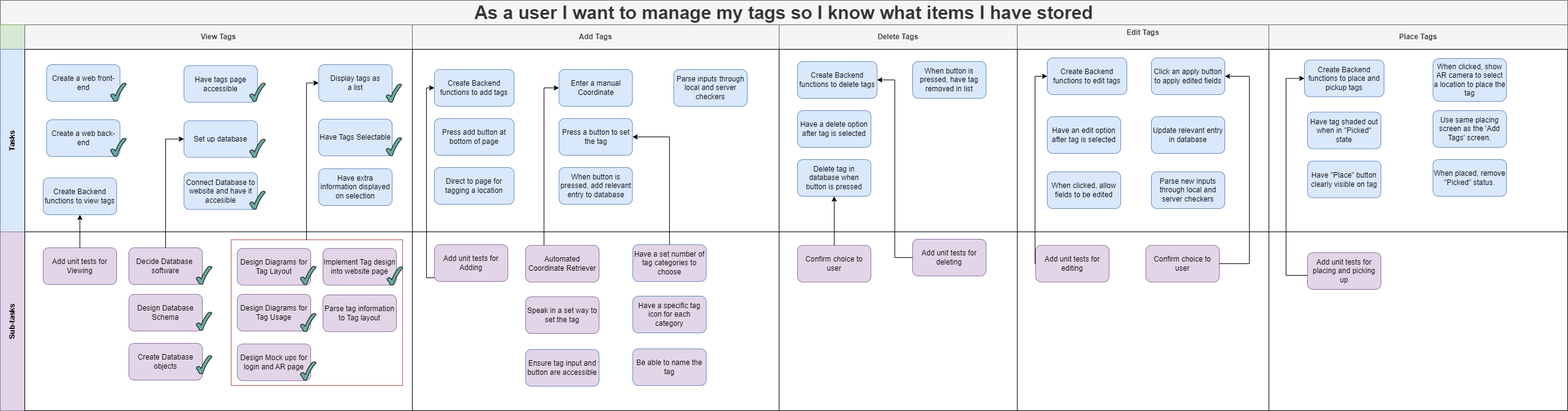
ickeyben123/AR keeps this draw.io diagram as Documentation/Project Diagrams/Story Maps/Manage Tag Theme.png. Above is the earlier version. Source tidied: cells renumbered, new cells last; positions are measured from the earlier drawing's top-left corner, leaving out a move shared by most shapes.
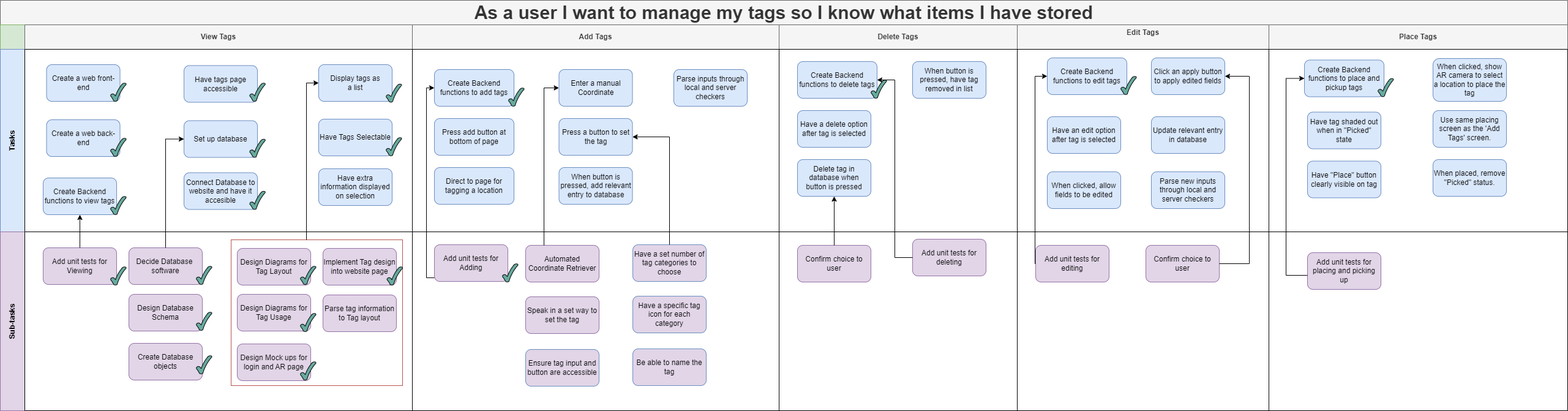
After the commit.

Change to the diagram source:
```diff
@@ -77,6 +77,9 @@
     <mxCell id="26" style="verticalLabelPosition=bottom;verticalAlign=top;html=1;shape=mxgraph.basic.tick;fillColor=#67AB9F;" parent="10" vertex="1">
       <mxGeometry x="590" y="144" width="25.5" height="30" as="geometry" />
     </mxCell>
+    <mxCell id="100" style="verticalLabelPosition=bottom;verticalAlign=top;html=1;shape=mxgraph.basic.tick;fillColor=#67AB9F;" parent="10" vertex="1">
+      <mxGeometry x="140" y="240" width="25.5" height="30" as="geometry" />
+    </mxCell>
     <mxCell id="27" style="swimlane;startSize=0;html=1;whiteSpace=wrap;" parent="9" vertex="1">
       <mxGeometry x="673" width="599" height="298" as="geometry" />
     </mxCell>
@@ -101,6 +104,9 @@
     <mxCell id="34" value="Create Backend functions to add tags" style="rounded=1;whiteSpace=wrap;html=1;strokeWidth=1;fillColor=#dae8fc;strokeColor=#6c8ebf;" parent="27" vertex="1">
       <mxGeometry x="36" y="33" width="130" height="60" as="geometry" />
     </mxCell>
+    <mxCell id="101" style="verticalLabelPosition=bottom;verticalAlign=top;html=1;shape=mxgraph.basic.tick;fillColor=#67AB9F;" parent="27" vertex="1">
+      <mxGeometry x="157" y="63" width="25.5" height="30" as="geometry" />
+    </mxCell>
     <mxCell id="35" style="swimlane;startSize=0;html=1;whiteSpace=wrap;" parent="9" vertex="1">
       <mxGeometry x="1272" width="389" height="298" as="geometry" />
     </mxCell>
@@ -116,6 +122,9 @@
     <mxCell id="39" value="Create Backend functions to delete tags" style="rounded=1;whiteSpace=wrap;html=1;strokeWidth=1;fillColor=#dae8fc;strokeColor=#6c8ebf;" parent="35" vertex="1">
       <mxGeometry x="30" y="20" width="130" height="60" as="geometry" />
     </mxCell>
+    <mxCell id="102" style="verticalLabelPosition=bottom;verticalAlign=top;html=1;shape=mxgraph.basic.tick;fillColor=#67AB9F;" parent="35" vertex="1">
+      <mxGeometry x="150" y="50" width="25.5" height="30" as="geometry" />
+    </mxCell>
     <mxCell id="40" style="swimlane;startSize=0;html=1;whiteSpace=wrap;" parent="9" vertex="1">
       <mxGeometry x="1661" width="411" height="298" as="geometry" />
     </mxCell>
@@ -137,6 +146,9 @@
     <mxCell id="46" value="Create Backend functions to edit tags" style="rounded=1;whiteSpace=wrap;html=1;strokeWidth=1;fillColor=#dae8fc;strokeColor=#6c8ebf;" parent="40" vertex="1">
       <mxGeometry x="49" y="14" width="130" height="60" as="geometry" />
     </mxCell>
+    <mxCell id="103" style="verticalLabelPosition=bottom;verticalAlign=top;html=1;shape=mxgraph.basic.tick;fillColor=#67AB9F;" parent="40" vertex="1">
+      <mxGeometry x="169" y="44" width="25.5" height="30" as="geometry" />
+    </mxCell>
     <mxCell id="47" style="swimlane;startSize=0;html=1;whiteSpace=wrap;" parent="9" vertex="1">
       <mxGeometry x="2072" width="488" height="298" as="geometry" />
     </mxCell>
@@ -158,6 +170,9 @@
     <mxCell id="53" value="Create Backend functions to place and pickup tags" style="rounded=1;whiteSpace=wrap;html=1;strokeWidth=1;fillColor=#dae8fc;strokeColor=#6c8ebf;" parent="47" vertex="1">
       <mxGeometry x="58" y="17.5" width="130" height="60" as="geometry" />
     </mxCell>
+    <mxCell id="104" style="verticalLabelPosition=bottom;verticalAlign=top;html=1;shape=mxgraph.basic.tick;fillColor=#67AB9F;" parent="47" vertex="1">
+      <mxGeometry x="178" y="47.5" width="25.5" height="30" as="geometry" />
+    </mxCell>
     <mxCell id="54" value="Sub-tasks" style="swimlane;horizontal=0;startSize=40;html=1;whiteSpace=wrap;fillColor=#e1d5e7;strokeColor=#9673a6;" parent="2" vertex="1">
       <mxGeometry y="378" width="2560" height="292" as="geometry" />
     </mxCell>
@@ -215,6 +230,9 @@
     <mxCell id="72" style="verticalLabelPosition=bottom;verticalAlign=top;html=1;shape=mxgraph.basic.tick;fillColor=#67AB9F;" parent="55" vertex="1">
       <mxGeometry x="591.5" y="57" width="25.5" height="30" as="geometry" />
     </mxCell>
+    <mxCell id="105" style="verticalLabelPosition=bottom;verticalAlign=top;html=1;shape=mxgraph.basic.tick;fillColor=#67AB9F;" parent="55" vertex="1">
+      <mxGeometry x="140" y="57" width="25.5" height="30" as="geometry" />
+    </mxCell>
     <mxCell id="73" style="swimlane;startSize=0;html=1;whiteSpace=wrap;" parent="54" vertex="1">
       <mxGeometry x="673" width="599" height="292" as="geometry" />
     </mxCell>
@@ -239,6 +257,9 @@
     <mxCell id="80" value="Add unit tests for Adding" style="rounded=1;whiteSpace=wrap;html=1;strokeWidth=1;fillColor=#e1d5e7;strokeColor=#9673a6;" parent="73" vertex="1">
       <mxGeometry x="36" y="21" width="120" height="60" as="geometry" />
     </mxCell>
+    <mxCell id="106" style="verticalLabelPosition=bottom;verticalAlign=top;html=1;shape=mxgraph.basic.tick;fillColor=#67AB9F;" parent="73" vertex="1">
+      <mxGeometry x="147" y="52" width="25.5" height="30" as="geometry" />
+    </mxCell>
     <mxCell id="81" style="swimlane;startSize=0;html=1;whiteSpace=wrap;" parent="54" vertex="1">
       <mxGeometry x="1272" width="389" height="292" as="geometry" />
     </mxCell>
```
